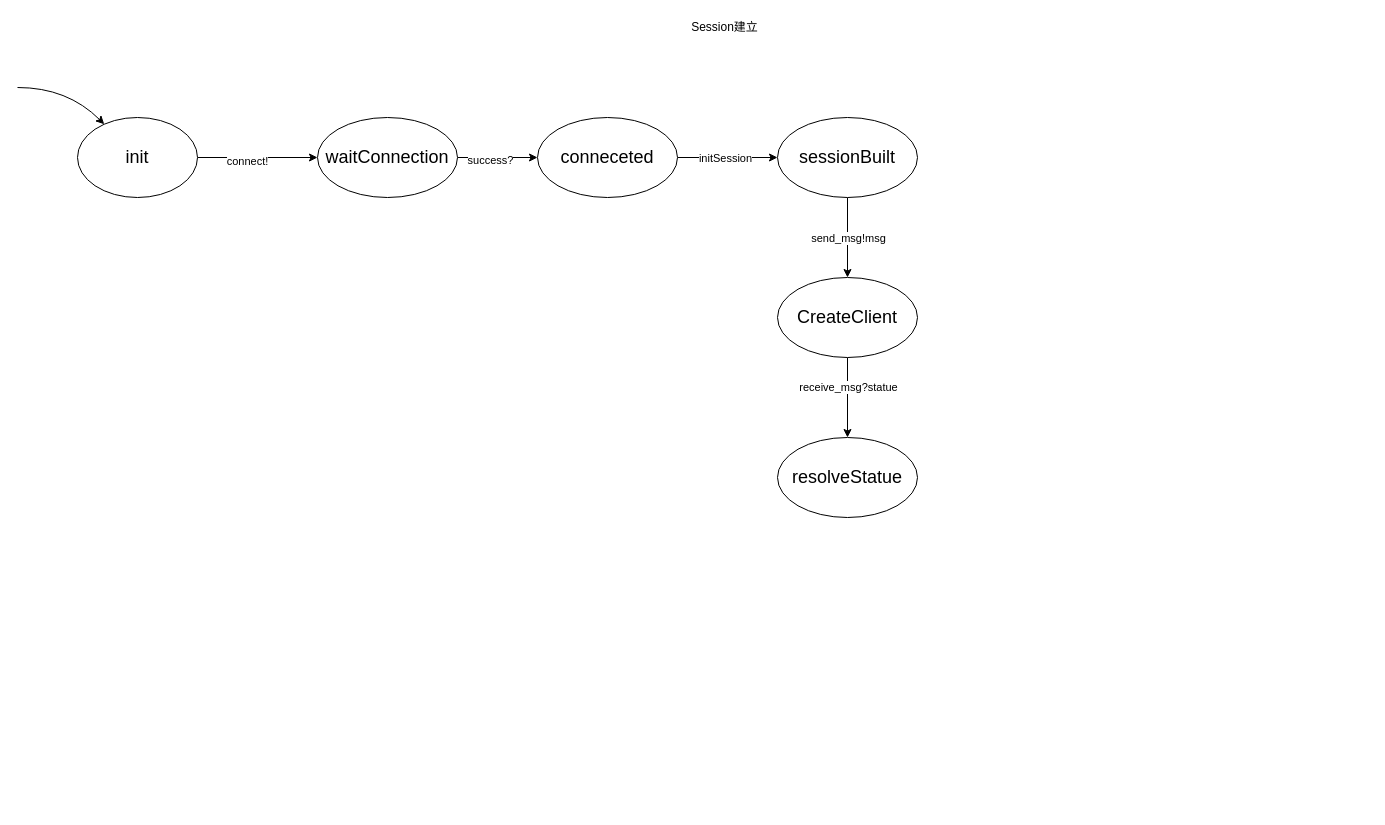
zijian1998/images keeps this draw.io diagram as Untitled Diagram.drawio. Above is the earlier version. Source tidied: cells renumbered, new cells numbered last; positions are measured from the earlier drawing's top-left corner, leaving out a move shared by most shapes. Both pictures are drawn from the tidied source at 100%, with x=0, y=0 at pixel (17, 17).
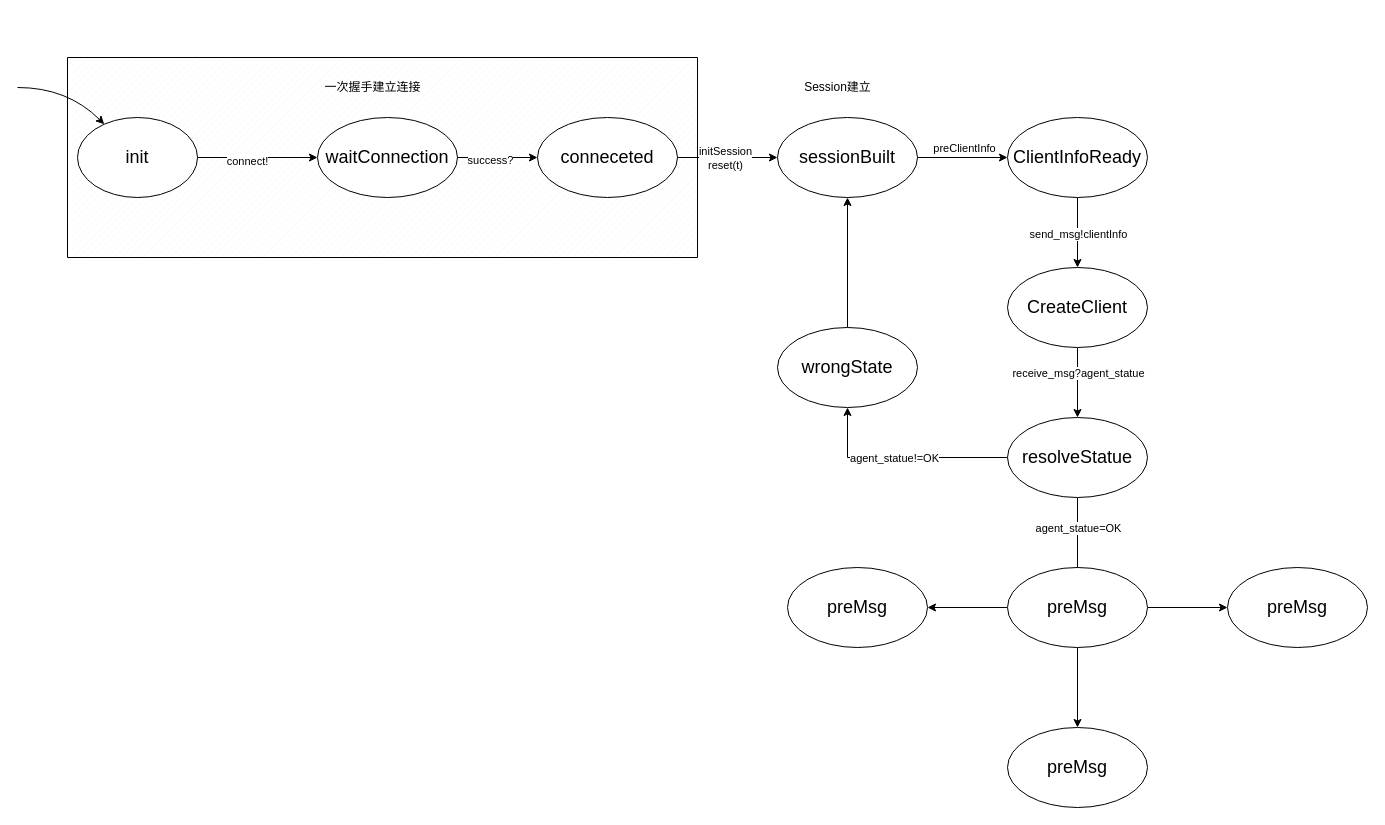
After the change.

Unchanged cells that the change refers to:
```xml
<mxCell id="9" style="edgeStyle=orthogonalEdgeStyle;rounded=0;jettySize=auto;html=1;" parent="1" edge="1" source="11" target="15">
  <mxGeometry relative="1" as="geometry" />
</mxCell>
<mxCell id="15" value="&lt;font style=&quot;font-size: 18px&quot;&gt;sessionBuilt&lt;/font&gt;" style="ellipse;whiteSpace=wrap;html=1;" parent="1" vertex="1">
  <mxGeometry x="760" y="100" width="140" height="80" as="geometry" />
</mxCell>
<mxCell id="16" style="edgeStyle=orthogonalEdgeStyle;rounded=0;jettySize=auto;html=1;" parent="1" edge="1" source="18" target="19">
  <mxGeometry relative="1" as="geometry" />
</mxCell>
```

What changed in the source:
```diff
@@
+    <mxCell id="20" style="verticalLabelPosition=bottom;verticalAlign=top;html=1;shape=mxgraph.basic.patternFillRect;fillStyle=diag;step=5;fillStrokeWidth=0.2;fillStrokeColor=#dddddd;" parent="1" vertex="1">
+      <mxGeometry x="50" y="40" width="630" height="200" as="geometry" />
+    </mxCell>
@@
-    <mxCell id="10" value="initSession" style="edgeLabel;html=1;align=center;verticalAlign=middle;" parent="9" vertex="1">
+    <mxCell id="10" value="initSession&lt;br&gt;reset(t)" style="edgeLabel;html=1;align=center;verticalAlign=middle;" parent="9" vertex="1">
       <mxGeometry x="-0.18" y="-1" relative="1" as="geometry">
         <mxPoint x="6" y="-1" as="offset" />
       </mxGeometry>
     </mxCell>
@@
     <mxCell id="12" value="Session建立" style="text;html=1;align=center;verticalAlign=middle;strokeColor=none;fillColor=none;" parent="1" vertex="1">
-      <mxGeometry x="667" width="80" height="20" as="geometry" />
+      <mxGeometry x="780" y="60" width="80" height="20" as="geometry" />
     </mxCell>
-    <mxCell id="13" style="edgeStyle=orthogonalEdgeStyle;rounded=0;jettySize=auto;html=1;" parent="1" edge="1" source="15" target="18">
+    <mxCell id="13" style="edgeStyle=orthogonalEdgeStyle;rounded=0;jettySize=auto;html=1;exitX=0.5;exitY=1;exitDx=0;exitDy=0;" parent="1" edge="1" source="27" target="18">
       <mxGeometry relative="1" as="geometry" />
     </mxCell>
-    <mxCell id="14" value="send_msg!msg" style="edgeLabel;html=1;align=center;verticalAlign=middle;" parent="13" vertex="1">
+    <mxCell id="14" value="send_msg!clientInfo" style="edgeLabel;html=1;align=center;verticalAlign=middle;" parent="13" vertex="1">
       <mxGeometry x="-0.25" y="3" relative="1" as="geometry">
         <mxPoint x="-3" y="10" as="offset" />
       </mxGeometry>
     </mxCell>
+    <mxCell id="21" style="edgeStyle=orthogonalEdgeStyle;rounded=0;jettySize=auto;html=1;" parent="1" edge="1" source="15" target="27">
+      <mxGeometry relative="1" as="geometry" />
+    </mxCell>
+    <mxCell id="22" value="preClientInfo" style="edgeLabel;html=1;align=center;verticalAlign=middle;" parent="21" vertex="1">
+      <mxGeometry x="-0.27" y="-1" relative="1" as="geometry">
+        <mxPoint x="13" y="-11" as="offset" />
+      </mxGeometry>
+    </mxCell>
@@
-    <mxCell id="17" value="receive_msg?statue" style="edgeLabel;html=1;align=center;verticalAlign=middle;" parent="16" vertex="1">
+    <mxCell id="17" value="receive_msg?agent_statue" style="edgeLabel;html=1;align=center;verticalAlign=middle;" parent="16" vertex="1">
       <mxGeometry x="-0.28" relative="1" as="geometry" />
     </mxCell>
     <mxCell id="18" value="&lt;font style=&quot;font-size: 18px&quot;&gt;CreateClient&lt;/font&gt;" style="ellipse;whiteSpace=wrap;html=1;" parent="1" vertex="1">
-      <mxGeometry x="760" y="260" width="140" height="80" as="geometry" />
+      <mxGeometry x="990" y="250" width="140" height="80" as="geometry" />
     </mxCell>
+    <mxCell id="23" style="edgeStyle=orthogonalEdgeStyle;rounded=0;jettySize=auto;html=1;exitX=0.5;exitY=1;exitDx=0;exitDy=0;entryX=0.5;entryY=0;entryDx=0;entryDy=0;" parent="1" edge="1" source="19" target="33">
+      <mxGeometry relative="1" as="geometry">
+        <Array as="points">
+          <mxPoint x="1060" y="580" />
+          <mxPoint x="1060" y="580" />
+        </Array>
+      </mxGeometry>
+    </mxCell>
+    <mxCell id="24" value="agent_statue=OK" style="edgeLabel;html=1;align=center;verticalAlign=middle;" parent="23" vertex="1">
+      <mxGeometry x="-0.28" y="-1" relative="1" as="geometry">
+        <mxPoint x="1" y="-17" as="offset" />
+      </mxGeometry>
+    </mxCell>
+    <mxCell id="25" style="edgeStyle=orthogonalEdgeStyle;rounded=0;jettySize=auto;html=1;" parent="1" edge="1" source="19" target="29">
+      <mxGeometry relative="1" as="geometry" />
+    </mxCell>
+    <mxCell id="26" value="agent_statue!=OK" style="edgeLabel;html=1;align=center;verticalAlign=middle;" parent="25" vertex="1">
+      <mxGeometry x="0.25" y="-1" relative="1" as="geometry">
+        <mxPoint x="17" y="1" as="offset" />
+      </mxGeometry>
+    </mxCell>
     <mxCell id="19" value="&lt;font style=&quot;font-size: 18px&quot;&gt;resolveStatue&lt;/font&gt;" style="ellipse;whiteSpace=wrap;html=1;" parent="1" vertex="1">
-      <mxGeometry x="760" y="420" width="140" height="80" as="geometry" />
+      <mxGeometry x="990" y="400" width="140" height="80" as="geometry" />
     </mxCell>
+    <mxCell id="27" value="&lt;span style=&quot;font-size: 18px&quot;&gt;ClientInfoReady&lt;/span&gt;" style="ellipse;whiteSpace=wrap;html=1;" parent="1" vertex="1">
+      <mxGeometry x="990" y="100" width="140" height="80" as="geometry" />
+    </mxCell>
+    <mxCell id="28" style="edgeStyle=orthogonalEdgeStyle;rounded=0;jettySize=auto;html=1;entryX=0.5;entryY=1;entryDx=0;entryDy=0;exitX=0.5;exitY=0;exitDx=0;exitDy=0;" parent="1" edge="1" source="29" target="15">
+      <mxGeometry relative="1" as="geometry" />
+    </mxCell>
+    <mxCell id="29" value="&lt;font style=&quot;font-size: 18px&quot;&gt;wrongState&lt;/font&gt;" style="ellipse;whiteSpace=wrap;html=1;" parent="1" vertex="1">
+      <mxGeometry x="760" y="310" width="140" height="80" as="geometry" />
+    </mxCell>
+    <mxCell id="30" style="edgeStyle=orthogonalEdgeStyle;rounded=0;jettySize=auto;html=1;" parent="1" edge="1" source="33" target="35">
+      <mxGeometry relative="1" as="geometry" />
+    </mxCell>
+    <mxCell id="31" style="edgeStyle=orthogonalEdgeStyle;rounded=0;jettySize=auto;html=1;" parent="1" edge="1" source="33" target="36">
+      <mxGeometry relative="1" as="geometry" />
+    </mxCell>
+    <mxCell id="32" style="edgeStyle=orthogonalEdgeStyle;rounded=0;jettySize=auto;html=1;" parent="1" edge="1" source="33" target="37">
+      <mxGeometry relative="1" as="geometry" />
+    </mxCell>
+    <mxCell id="33" value="&lt;span style=&quot;font-size: 18px&quot;&gt;preMsg&lt;/span&gt;" style="ellipse;whiteSpace=wrap;html=1;" parent="1" vertex="1">
+      <mxGeometry x="990" y="550" width="140" height="80" as="geometry" />
+    </mxCell>
+    <mxCell id="34" value="一次握手建立连接" style="text;html=1;align=center;verticalAlign=middle;strokeColor=none;fillColor=none;" parent="1" vertex="1">
+      <mxGeometry x="300" y="60" width="110" height="20" as="geometry" />
+    </mxCell>
+    <mxCell id="35" value="&lt;span style=&quot;font-size: 18px&quot;&gt;preMsg&lt;/span&gt;" style="ellipse;whiteSpace=wrap;html=1;" parent="1" vertex="1">
+      <mxGeometry x="770" y="550" width="140" height="80" as="geometry" />
+    </mxCell>
+    <mxCell id="36" value="&lt;span style=&quot;font-size: 18px&quot;&gt;preMsg&lt;/span&gt;" style="ellipse;whiteSpace=wrap;html=1;" parent="1" vertex="1">
+      <mxGeometry x="990" y="710" width="140" height="80" as="geometry" />
+    </mxCell>
+    <mxCell id="37" value="&lt;span style=&quot;font-size: 18px&quot;&gt;preMsg&lt;/span&gt;" style="ellipse;whiteSpace=wrap;html=1;" parent="1" vertex="1">
+      <mxGeometry x="1210" y="550" width="140" height="80" as="geometry" />
+    </mxCell>
```
